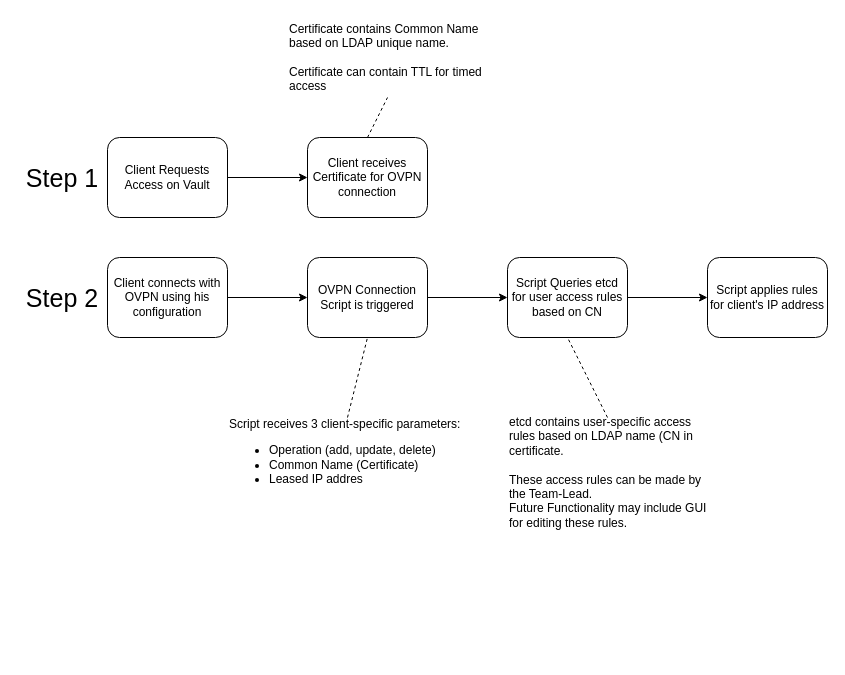
This is OVPN Flow.drawio from GlennDeSmedt/GlennDeSmedt.github.io, a draw.io file, before an edit. Source tidied: cells renumbered, new cells numbered last; positions are measured from the earlier drawing's top-left corner, leaving out a move shared by most shapes. Both pictures are drawn from the tidied source at 100%, with x=0, y=0 at pixel (17, 17).
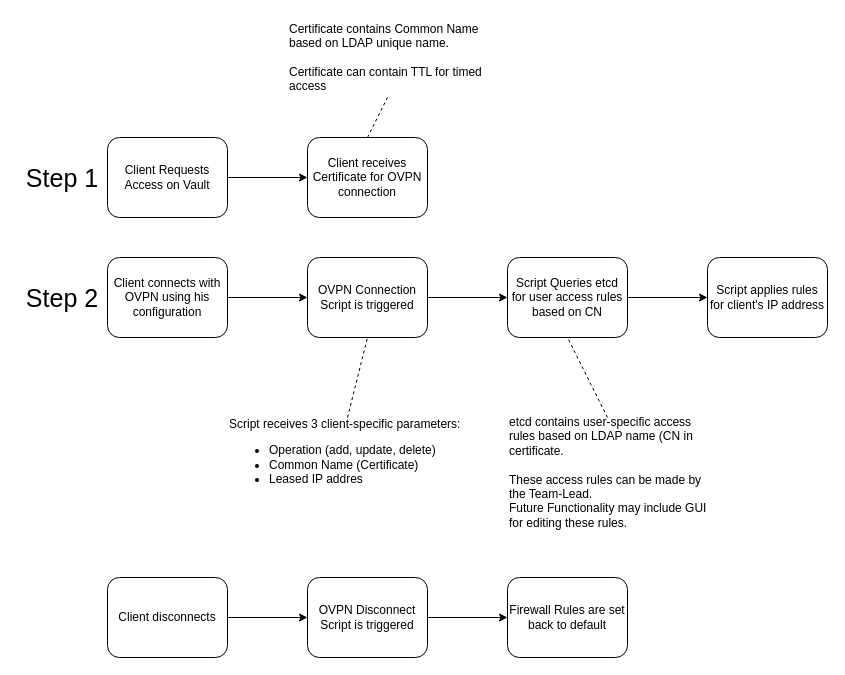
The same page after the edit.

The edit, as a diff of the source:
```diff
@@
+    <mxCell id="20" style="edgeStyle=orthogonalEdgeStyle;rounded=0;jettySize=auto;html=1;" parent="1" edge="1" source="21" target="23">
+      <mxGeometry relative="1" as="geometry" />
+    </mxCell>
+    <mxCell id="21" value="Client disconnects" style="shape=ext;rounded=1;html=1;whiteSpace=wrap;" parent="1" vertex="1">
+      <mxGeometry x="90" y="560" width="120" height="80" as="geometry" />
+    </mxCell>
+    <mxCell id="22" style="edgeStyle=orthogonalEdgeStyle;rounded=0;jettySize=auto;html=1;" parent="1" edge="1" source="23" target="24">
+      <mxGeometry relative="1" as="geometry" />
+    </mxCell>
+    <mxCell id="23" value="OVPN Disconnect Script is triggered" style="shape=ext;rounded=1;html=1;whiteSpace=wrap;" parent="1" vertex="1">
+      <mxGeometry x="290" y="560" width="120" height="80" as="geometry" />
+    </mxCell>
+    <mxCell id="24" value="Firewall Rules are set back to default" style="shape=ext;rounded=1;html=1;whiteSpace=wrap;" parent="1" vertex="1">
+      <mxGeometry x="490" y="560" width="120" height="80" as="geometry" />
+    </mxCell>
```
